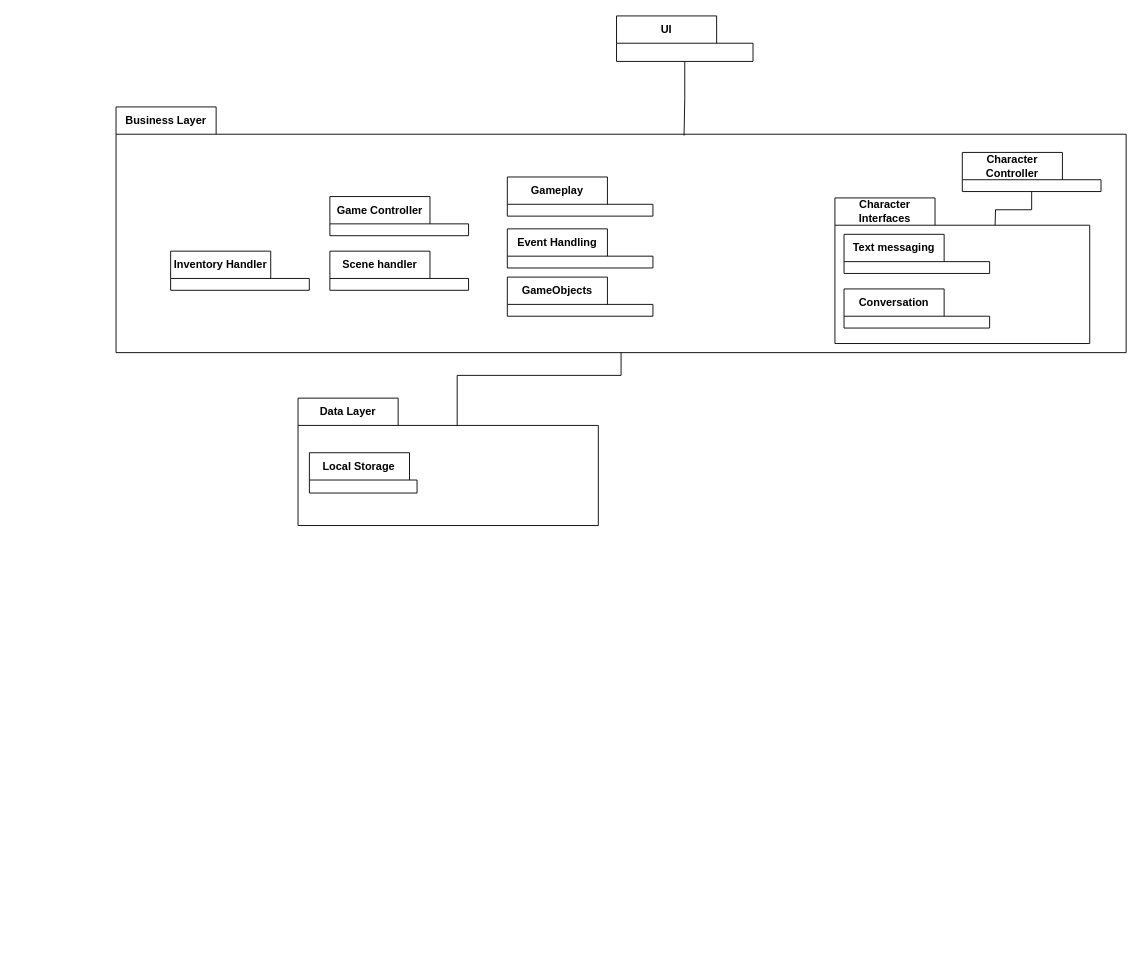
Earlier version of the draw.io diagram page "Package Diagram" (8 of 8) of domain-model.drawio (Jesper-R/PA1460). Source tidied: cells renumbered, new cells numbered last; positions are measured from the earlier drawing's top-left corner, leaving out a move shared by most shapes. Both pictures are drawn from the tidied source at 91%, with x=0, y=0 at pixel (116, 15).
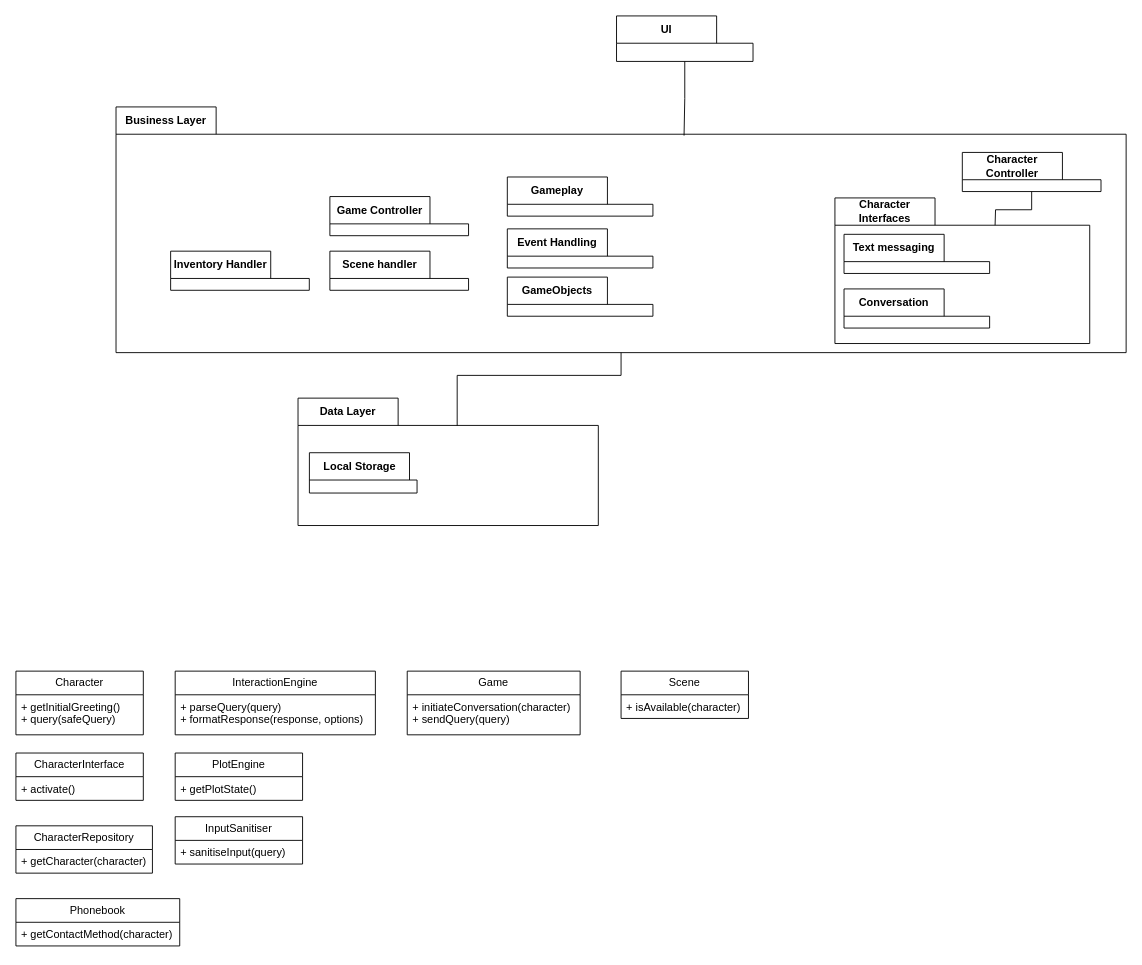
After the change.

Diff of the diagram source:
```diff
@@
+    <mxCell id="33" value="Scene" style="swimlane;fontStyle=0;horizontal=1;startSize=26;fillColor=none;whiteSpace=wrap;html=1;" parent="1" vertex="1">
+      <mxGeometry x="555" y="720" width="140" height="52" as="geometry" />
+    </mxCell>
+    <mxCell id="34" value="&lt;div&gt;+ isAvailable(character)&lt;/div&gt;" style="text;strokeColor=none;fillColor=none;align=left;verticalAlign=top;spacingLeft=4;spacingRight=4;overflow=hidden;whiteSpace=wrap;html=1;" parent="33" vertex="1">
+      <mxGeometry y="26" width="140" height="26" as="geometry" />
+    </mxCell>
+    <mxCell id="35" value="Phonebook" style="swimlane;fontStyle=0;horizontal=1;startSize=26;fillColor=none;whiteSpace=wrap;html=1;" parent="1" vertex="1">
+      <mxGeometry x="-110" y="970" width="180" height="52" as="geometry" />
+    </mxCell>
+    <mxCell id="36" value="+ getContactMethod(character)" style="text;strokeColor=none;fillColor=none;align=left;verticalAlign=top;spacingLeft=4;spacingRight=4;overflow=hidden;whiteSpace=wrap;html=1;" parent="35" vertex="1">
+      <mxGeometry y="26" width="180" height="26" as="geometry" />
+    </mxCell>
+    <mxCell id="37" value="Game" style="swimlane;fontStyle=0;horizontal=1;startSize=26;fillColor=none;whiteSpace=wrap;html=1;" parent="1" vertex="1">
+      <mxGeometry x="320" y="720" width="190" height="70" as="geometry" />
+    </mxCell>
+    <mxCell id="38" value="&lt;div&gt;+ initiateConversation(character)&lt;/div&gt;&lt;div&gt;+ sendQuery(query)&lt;/div&gt;" style="text;strokeColor=none;fillColor=none;align=left;verticalAlign=top;spacingLeft=4;spacingRight=4;overflow=hidden;whiteSpace=wrap;html=1;" parent="37" vertex="1">
+      <mxGeometry y="26" width="190" height="44" as="geometry" />
+    </mxCell>
+    <mxCell id="39" value="CharacterInterface" style="swimlane;fontStyle=0;horizontal=1;startSize=26;fillColor=none;whiteSpace=wrap;html=1;" parent="1" vertex="1">
+      <mxGeometry x="-110" y="810" width="140" height="52" as="geometry" />
+    </mxCell>
+    <mxCell id="40" value="+ activate()" style="text;strokeColor=none;fillColor=none;align=left;verticalAlign=top;spacingLeft=4;spacingRight=4;overflow=hidden;whiteSpace=wrap;html=1;" parent="39" vertex="1">
+      <mxGeometry y="26" width="140" height="26" as="geometry" />
+    </mxCell>
+    <mxCell id="41" value="CharacterRepository" style="swimlane;fontStyle=0;horizontal=1;startSize=26;fillColor=none;whiteSpace=wrap;html=1;" parent="1" vertex="1">
+      <mxGeometry x="-110" y="890" width="150" height="52" as="geometry" />
+    </mxCell>
+    <mxCell id="42" value="+ getCharacter(character)" style="text;strokeColor=none;fillColor=none;align=left;verticalAlign=top;spacingLeft=4;spacingRight=4;overflow=hidden;whiteSpace=wrap;html=1;" parent="41" vertex="1">
+      <mxGeometry y="26" width="150" height="26" as="geometry" />
+    </mxCell>
+    <mxCell id="43" value="Character" style="swimlane;fontStyle=0;horizontal=1;startSize=26;fillColor=none;whiteSpace=wrap;html=1;" parent="1" vertex="1">
+      <mxGeometry x="-110" y="720" width="140" height="70" as="geometry" />
+    </mxCell>
+    <mxCell id="44" value="&lt;div&gt;+ getInitialGreeting()&lt;/div&gt;&lt;div&gt;+ query(safeQuery)&lt;/div&gt;" style="text;strokeColor=none;fillColor=none;align=left;verticalAlign=top;spacingLeft=4;spacingRight=4;overflow=hidden;whiteSpace=wrap;html=1;" parent="43" vertex="1">
+      <mxGeometry y="26" width="140" height="44" as="geometry" />
+    </mxCell>
+    <mxCell id="45" value="InputSanitiser" style="swimlane;fontStyle=0;horizontal=1;startSize=26;fillColor=none;whiteSpace=wrap;html=1;" parent="1" vertex="1">
+      <mxGeometry x="65" y="880" width="140" height="52" as="geometry" />
+    </mxCell>
+    <mxCell id="46" value="+ sanitiseInput(query)" style="text;strokeColor=none;fillColor=none;align=left;verticalAlign=top;spacingLeft=4;spacingRight=4;overflow=hidden;whiteSpace=wrap;html=1;" parent="45" vertex="1">
+      <mxGeometry y="26" width="140" height="26" as="geometry" />
+    </mxCell>
+    <mxCell id="47" value="InteractionEngine" style="swimlane;fontStyle=0;horizontal=1;startSize=26;fillColor=none;whiteSpace=wrap;html=1;" parent="1" vertex="1">
+      <mxGeometry x="65" y="720" width="220" height="70" as="geometry" />
+    </mxCell>
+    <mxCell id="48" value="&lt;div&gt;+ parseQuery(query)&lt;/div&gt;&lt;div&gt;+ formatResponse(response, options)&lt;/div&gt;" style="text;strokeColor=none;fillColor=none;align=left;verticalAlign=top;spacingLeft=4;spacingRight=4;overflow=hidden;whiteSpace=wrap;html=1;" parent="47" vertex="1">
+      <mxGeometry y="26" width="220" height="44" as="geometry" />
+    </mxCell>
+    <mxCell id="49" value="PlotEngine" style="swimlane;fontStyle=0;horizontal=1;startSize=26;fillColor=none;whiteSpace=wrap;html=1;" parent="1" vertex="1">
+      <mxGeometry x="65" y="810" width="140" height="52" as="geometry" />
+    </mxCell>
+    <mxCell id="50" value="+ getPlotState()" style="text;strokeColor=none;fillColor=none;align=left;verticalAlign=top;spacingLeft=4;spacingRight=4;overflow=hidden;whiteSpace=wrap;html=1;" parent="49" vertex="1">
+      <mxGeometry y="26" width="140" height="26" as="geometry" />
+    </mxCell>
```
